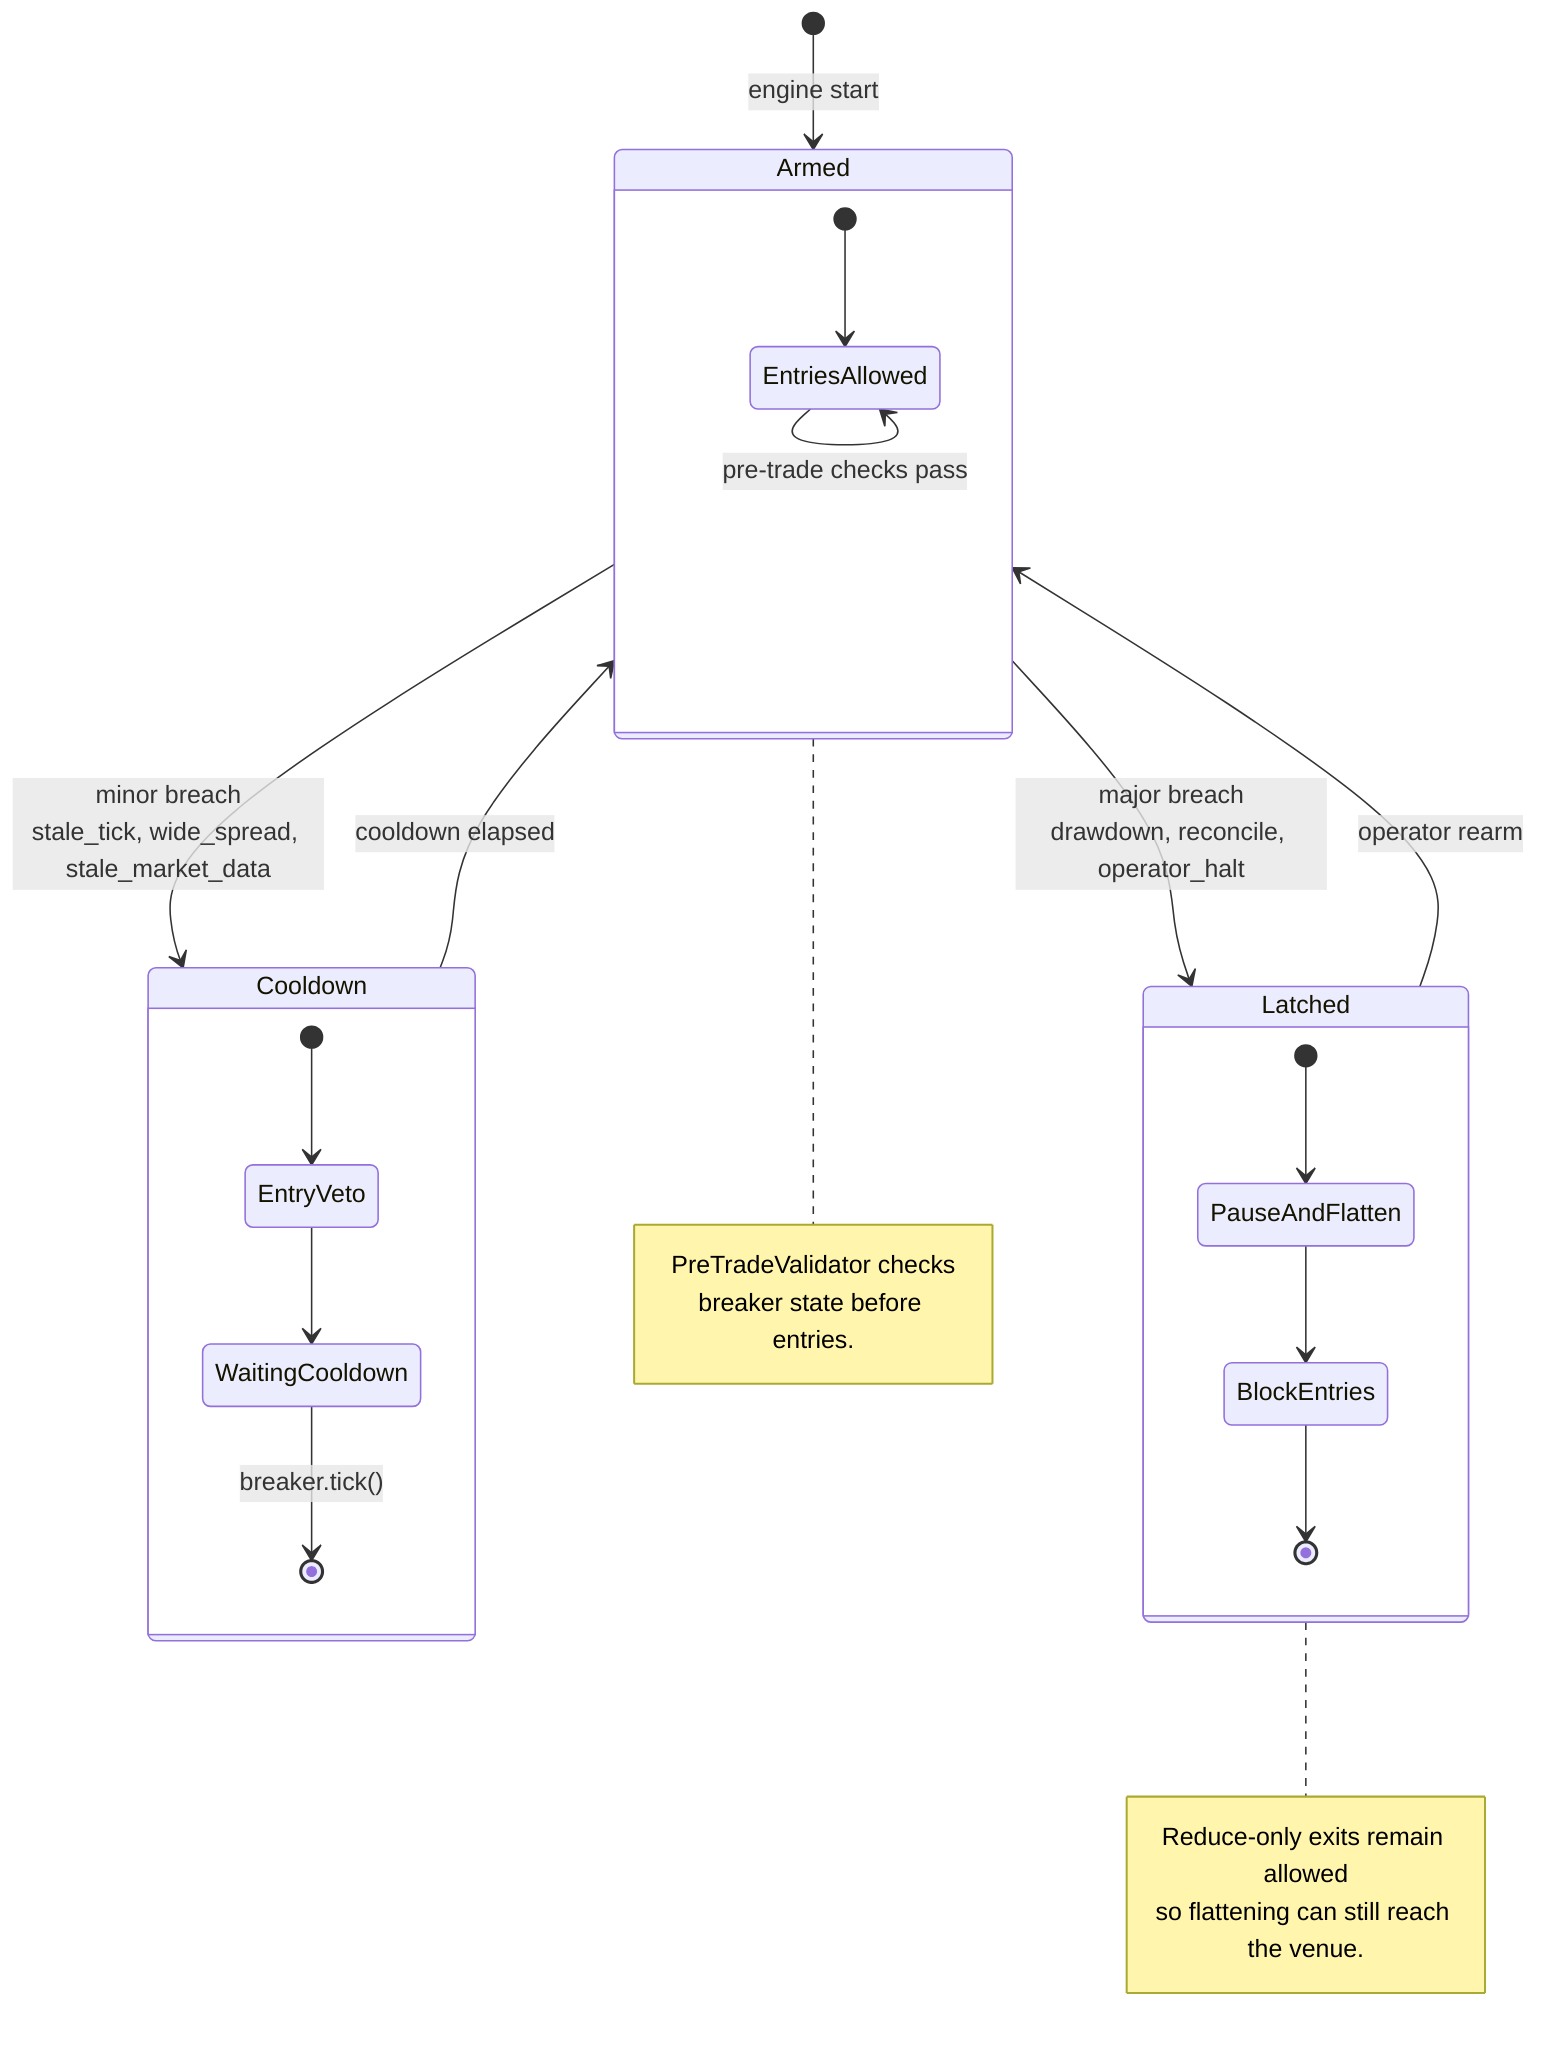
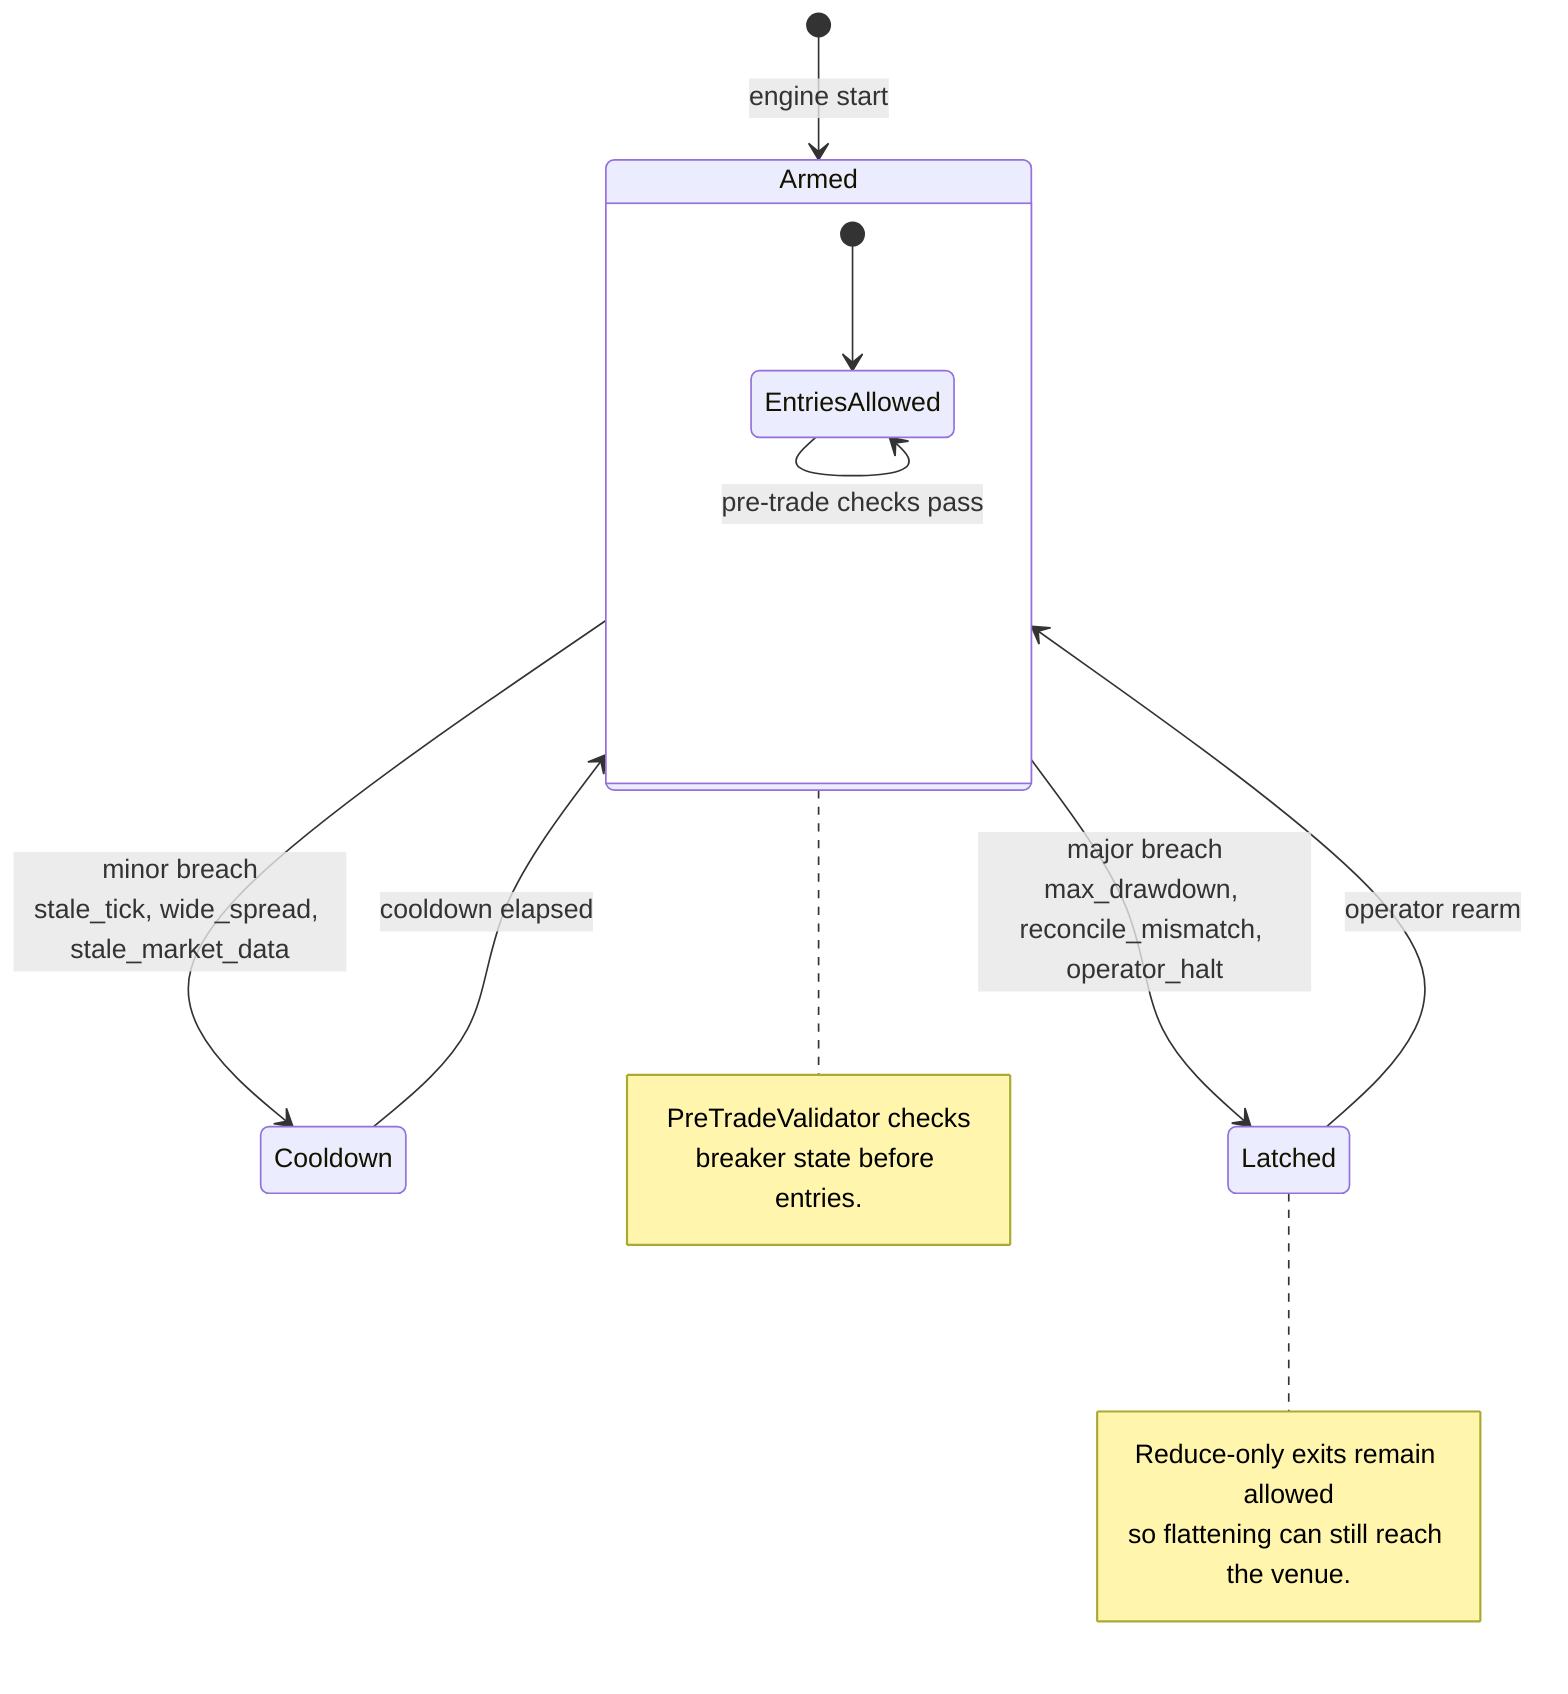
%% Circuit breaker state machine - one breaker, many trigger codes
stateDiagram-v2
    [*] --> Armed: engine start

    Armed --> Cooldown: minor breach<br/>stale_tick, wide_spread, stale_market_data
    Cooldown --> Armed: cooldown elapsed

-     Armed --> Latched: major breach<br/>drawdown, reconcile, operator_halt
+     Armed --> Latched: major breach<br/>max_drawdown, reconcile_mismatch, operator_halt
    Latched --> Armed: operator rearm

    state Armed {
        [*] --> EntriesAllowed
        EntriesAllowed --> EntriesAllowed: pre-trade checks pass
    }

-     state Cooldown {
-         [*] --> EntryVeto
-         EntryVeto --> WaitingCooldown
-         WaitingCooldown --> [*]: breaker.tick()
-     }
- 
-     state Latched {
-         [*] --> PauseAndFlatten
-         PauseAndFlatten --> BlockEntries
-         BlockEntries --> [*]
-     }

    note right of Armed
        PreTradeValidator checks
        breaker state before entries.
    end note

    note right of Latched
        Reduce-only exits remain allowed
        so flattening can still reach the venue.
    end note
